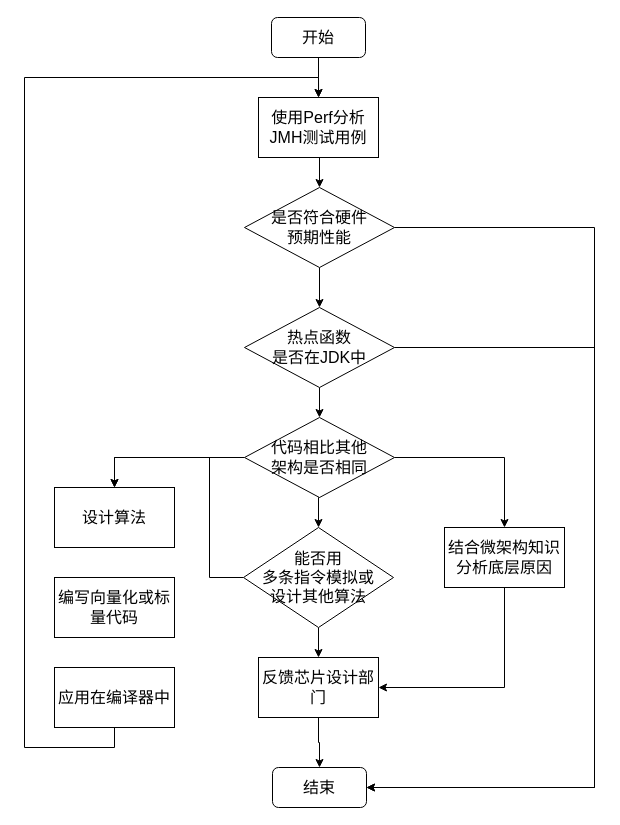
This is Optimization.drawio from f123888/Draw.IO, a draw.io file, before an edit. Source tidied: cells renumbered, new cells numbered last; positions are measured from the earlier drawing's top-left corner, leaving out a move shared by most shapes. Both pictures are drawn from the tidied source at 100%, with x=0, y=0 at pixel (24, 17).
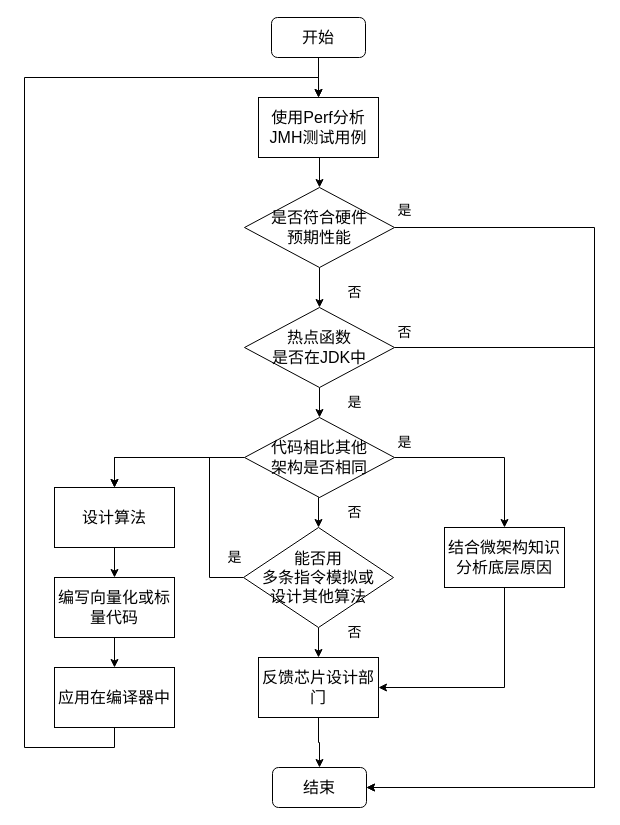
After the change.

The change refers to these unchanged cells:
```xml
<mxCell id="21" value="&lt;font style=&quot;font-size: 16px;&quot;&gt;设计算法&lt;/font&gt;" style="rounded=0;whiteSpace=wrap;html=1;" parent="1" vertex="1">
  <mxGeometry x="30" y="470" width="120" height="60" as="geometry" />
</mxCell>
<mxCell id="22" value="&lt;span style=&quot;font-size: 16px;&quot;&gt;编写向量化或标量代码&lt;/span&gt;" style="rounded=0;whiteSpace=wrap;html=1;" parent="1" vertex="1">
  <mxGeometry x="30" y="560" width="120" height="60" as="geometry" />
</mxCell>
<mxCell id="24" value="&lt;span style=&quot;font-size: 16px;&quot;&gt;应用在编译器中&lt;/span&gt;" style="rounded=0;whiteSpace=wrap;html=1;" parent="1" vertex="1">
  <mxGeometry x="30" y="650" width="120" height="60" as="geometry" />
</mxCell>
```

The edit, as a diff of the source:
```diff
@@
+    <mxCell id="28" style="edgeStyle=orthogonalEdgeStyle;rounded=0;jettySize=auto;html=1;exitX=0.5;exitY=1;exitDx=0;exitDy=0;entryX=0.5;entryY=0;entryDx=0;entryDy=0;" parent="1" edge="1" source="21" target="22">
+      <mxGeometry relative="1" as="geometry" />
+    </mxCell>
@@
+    <mxCell id="29" style="edgeStyle=orthogonalEdgeStyle;rounded=0;jettySize=auto;html=1;exitX=0.5;exitY=1;exitDx=0;exitDy=0;entryX=0.5;entryY=0;entryDx=0;entryDy=0;" parent="1" edge="1" source="22" target="24">
+      <mxGeometry relative="1" as="geometry" />
+    </mxCell>
@@
+    <mxCell id="30" value="&lt;font style=&quot;font-size: 14px;&quot;&gt;是&lt;/font&gt;" style="text;html=1;align=center;verticalAlign=middle;strokeColor=none;fillColor=none;" parent="1" vertex="1">
+      <mxGeometry x="360" y="178" width="40" height="30" as="geometry" />
+    </mxCell>
+    <mxCell id="31" value="&lt;font style=&quot;font-size: 14px;&quot;&gt;否&lt;/font&gt;" style="text;html=1;align=center;verticalAlign=middle;strokeColor=none;fillColor=none;" parent="1" vertex="1">
+      <mxGeometry x="310" y="260" width="40" height="30" as="geometry" />
+    </mxCell>
+    <mxCell id="32" value="&lt;font style=&quot;font-size: 14px;&quot;&gt;是&lt;/font&gt;" style="text;html=1;align=center;verticalAlign=middle;strokeColor=none;fillColor=none;" parent="1" vertex="1">
+      <mxGeometry x="310" y="370" width="40" height="30" as="geometry" />
+    </mxCell>
+    <mxCell id="33" value="&lt;font style=&quot;font-size: 14px;&quot;&gt;否&lt;/font&gt;" style="text;html=1;align=center;verticalAlign=middle;strokeColor=none;fillColor=none;" parent="1" vertex="1">
+      <mxGeometry x="360" y="300" width="40" height="30" as="geometry" />
+    </mxCell>
+    <mxCell id="34" value="&lt;font style=&quot;font-size: 14px;&quot;&gt;是&lt;/font&gt;" style="text;html=1;align=center;verticalAlign=middle;strokeColor=none;fillColor=none;" parent="1" vertex="1">
+      <mxGeometry x="360" y="410" width="40" height="30" as="geometry" />
+    </mxCell>
+    <mxCell id="35" value="&lt;font style=&quot;font-size: 14px;&quot;&gt;否&lt;/font&gt;" style="text;html=1;align=center;verticalAlign=middle;strokeColor=none;fillColor=none;" parent="1" vertex="1">
+      <mxGeometry x="310" y="480" width="40" height="30" as="geometry" />
+    </mxCell>
+    <mxCell id="36" value="&lt;font style=&quot;font-size: 14px;&quot;&gt;否&lt;/font&gt;" style="text;html=1;align=center;verticalAlign=middle;strokeColor=none;fillColor=none;" parent="1" vertex="1">
+      <mxGeometry x="310" y="600" width="40" height="30" as="geometry" />
+    </mxCell>
+    <mxCell id="37" value="&lt;font style=&quot;font-size: 14px;&quot;&gt;是&lt;/font&gt;" style="text;html=1;align=center;verticalAlign=middle;strokeColor=none;fillColor=none;" parent="1" vertex="1">
+      <mxGeometry x="190" y="525" width="40" height="30" as="geometry" />
+    </mxCell>
```
